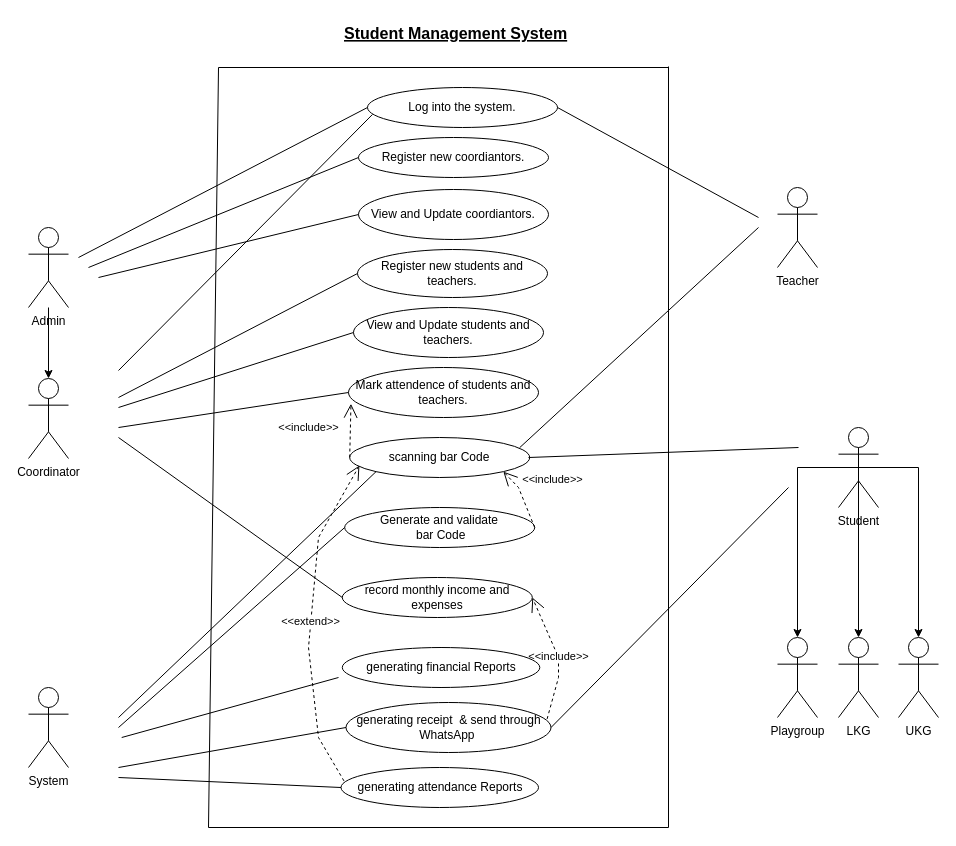
The draw.io diagram UseCase.drawio in Dulara-Akalanka/Group-Software-Project, before the edit. Source tidied: cells renumbered, new cells numbered last; positions are measured from the earlier drawing's top-left corner, leaving out a move shared by most shapes. Both pictures are drawn from the tidied source at 100%, with x=0, y=0 at pixel (28, 17).
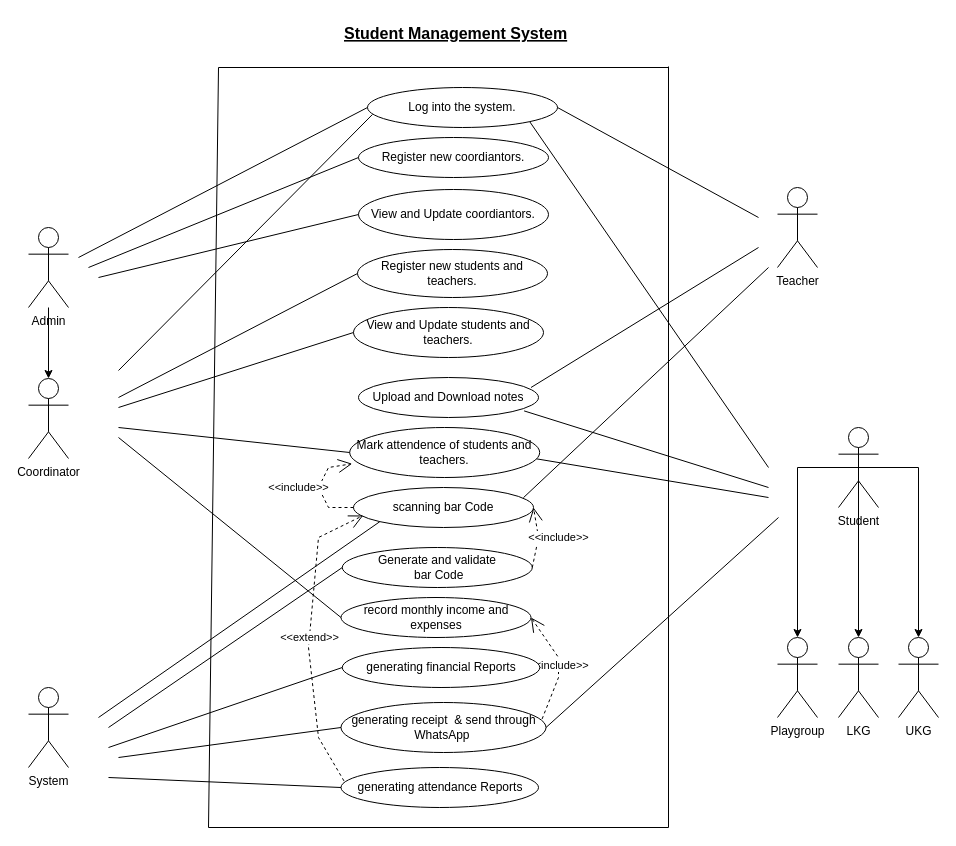
Above is the later version.

Unchanged cells that the change refers to:
```xml
<mxCell id="19" value="Log into the system." style="ellipse;whiteSpace=wrap;html=1;" parent="1" vertex="1">
  <mxGeometry x="339" y="70" width="190" height="40" as="geometry" />
</mxCell>
<mxCell id="35" value="generating attendance Reports" style="ellipse;whiteSpace=wrap;html=1;" parent="1" vertex="1">
  <mxGeometry x="312.5" y="750" width="197.5" height="40" as="geometry" />
</mxCell>
<mxCell id="50" value="generating financial Reports" style="ellipse;whiteSpace=wrap;html=1;" parent="1" vertex="1">
  <mxGeometry x="313.8" y="630" width="197.5" height="40" as="geometry" />
</mxCell>
```

What changed in the source:
```diff
@@
     <mxCell id="3" value="scanning bar Code" style="ellipse;whiteSpace=wrap;html=1;" parent="1" vertex="1">
-      <mxGeometry x="321.2" y="420" width="180" height="40" as="geometry" />
+      <mxGeometry x="325" y="470" width="180" height="40" as="geometry" />
     </mxCell>
     <mxCell id="4" value="Generate and validate&lt;br&gt;&amp;nbsp;bar Code" style="ellipse;whiteSpace=wrap;html=1;" parent="1" vertex="1">
-      <mxGeometry x="316.2" y="490" width="190" height="40" as="geometry" />
+      <mxGeometry x="313.8" y="530" width="190" height="40" as="geometry" />
     </mxCell>
@@
     <mxCell id="6" value="record monthly income and expenses" style="ellipse;whiteSpace=wrap;html=1;" parent="1" vertex="1">
-      <mxGeometry x="313.8" y="560" width="190" height="40" as="geometry" />
+      <mxGeometry x="312.5" y="580" width="190" height="40" as="geometry" />
     </mxCell>
@@
     <mxCell id="9" style="endArrow=none;html=1;rounded=0;entryX=0;entryY=0.5;entryDx=0;entryDy=0;" parent="1" edge="1" target="4">
       <mxGeometry relative="1" as="geometry">
-        <mxPoint x="90" y="710" as="sourcePoint" />
+        <mxPoint x="80" y="710" as="sourcePoint" />
       </mxGeometry>
     </mxCell>
@@
     <mxCell id="11" style="endArrow=none;html=1;rounded=0;" parent="1" edge="1">
       <mxGeometry relative="1" as="geometry">
         <mxPoint x="500" y="440" as="sourcePoint" />
-        <mxPoint x="770" y="430" as="targetPoint" />
+        <mxPoint x="740" y="480" as="targetPoint" />
       </mxGeometry>
     </mxCell>
@@
     <mxCell id="21" value="Mark attendence of students and teachers." style="ellipse;whiteSpace=wrap;html=1;" parent="1" vertex="1">
-      <mxGeometry x="320" y="350" width="190" height="50" as="geometry" />
+      <mxGeometry x="321.2" y="410" width="190" height="50" as="geometry" />
     </mxCell>
@@
     <mxCell id="27" style="endArrow=none;html=1;rounded=0;entryX=0;entryY=1;entryDx=0;entryDy=0;" parent="1" edge="1" target="3">
       <mxGeometry relative="1" as="geometry">
-        <mxPoint x="90" y="700" as="sourcePoint" />
+        <mxPoint x="70" y="700" as="sourcePoint" />
       </mxGeometry>
     </mxCell>
     <mxCell id="28" style="endArrow=none;html=1;rounded=0;exitX=0.944;exitY=0.255;exitDx=0;exitDy=0;exitPerimeter=0;" parent="1" edge="1" source="3">
       <mxGeometry relative="1" as="geometry">
-        <mxPoint x="730" y="210" as="targetPoint" />
+        <mxPoint x="740" y="250" as="targetPoint" />
       </mxGeometry>
     </mxCell>
@@
     <mxCell id="30" value="&amp;lt;&amp;lt;include&amp;gt;&amp;gt;" style="endArrow=open;endSize=12;dashed=1;html=1;rounded=0;entryX=0.013;entryY=0.725;entryDx=0;entryDy=0;entryPerimeter=0;exitX=0;exitY=0.5;exitDx=0;exitDy=0;" parent="1" edge="1" source="3" target="21">
-      <mxGeometry x="0.08" y="42" relative="1" as="geometry" />
+      <mxGeometry x="0.01" y="20" relative="1" as="geometry">
+        <Array as="points">
+          <mxPoint x="300" y="490" />
+          <mxPoint x="290" y="470" />
+          <mxPoint x="300" y="450" />
+        </Array>
+        <mxPoint x="-2" y="9" as="offset" />
+      </mxGeometry>
     </mxCell>
     <mxCell id="31" value="generating receipt&amp;nbsp; &amp;amp; send through WhatsApp&amp;nbsp;" style="ellipse;whiteSpace=wrap;html=1;" parent="1" vertex="1">
-      <mxGeometry x="317.5" y="685" width="205" height="50" as="geometry" />
+      <mxGeometry x="312.5" y="685" width="205" height="50" as="geometry" />
     </mxCell>
     <mxCell id="32" style="endArrow=none;html=1;rounded=0;entryX=0;entryY=0.5;entryDx=0;entryDy=0;" parent="1" edge="1" target="31">
       <mxGeometry relative="1" as="geometry">
-        <mxPoint x="90" y="750" as="sourcePoint" />
+        <mxPoint x="90" y="740" as="sourcePoint" />
       </mxGeometry>
     </mxCell>
     <mxCell id="33" style="endArrow=none;html=1;rounded=0;exitX=1;exitY=0.5;exitDx=0;exitDy=0;" parent="1" edge="1" source="31">
       <mxGeometry relative="1" as="geometry">
-        <mxPoint x="760" y="470" as="targetPoint" />
+        <mxPoint x="750" y="500" as="targetPoint" />
       </mxGeometry>
     </mxCell>
@@
     <mxCell id="36" style="endArrow=none;html=1;rounded=0;entryX=0;entryY=0.5;entryDx=0;entryDy=0;" parent="1" edge="1" target="35">
       <mxGeometry relative="1" as="geometry">
-        <mxPoint x="90" y="760" as="sourcePoint" />
+        <mxPoint x="80" y="760" as="sourcePoint" />
       </mxGeometry>
     </mxCell>
@@
-    <mxCell id="38" value="&amp;lt;&amp;lt;include&amp;gt;&amp;gt;" style="endArrow=open;endSize=12;dashed=1;html=1;rounded=0;exitX=1;exitY=0.5;exitDx=0;exitDy=0;entryX=1;entryY=1;entryDx=0;entryDy=0;" parent="1" edge="1" source="4" target="3">
-      <mxGeometry x="0.16" y="-35" relative="1" as="geometry">
+    <mxCell id="38" value="&amp;lt;&amp;lt;include&amp;gt;&amp;gt;" style="endArrow=open;endSize=12;dashed=1;html=1;rounded=0;exitX=1;exitY=0.5;exitDx=0;exitDy=0;entryX=1;entryY=0.5;entryDx=0;entryDy=0;" parent="1" edge="1" source="4" target="3">
+      <mxGeometry y="-20" relative="1" as="geometry">
         <Array as="points">
-          <mxPoint x="490" y="470" />
+          <mxPoint x="510" y="520" />
         </Array>
+        <mxPoint y="4" as="offset" />
       </mxGeometry>
     </mxCell>
@@
-    <mxCell id="51" style="endArrow=none;html=1;rounded=0;" parent="1" edge="1">
+    <mxCell id="51" style="endArrow=none;html=1;rounded=0;entryX=0;entryY=0.5;entryDx=0;entryDy=0;" parent="1" edge="1" target="50">
       <mxGeometry relative="1" as="geometry">
-        <mxPoint x="93.2" y="720" as="sourcePoint" />
-        <mxPoint x="310" y="660" as="targetPoint" />
+        <mxPoint x="80" y="730" as="sourcePoint" />
       </mxGeometry>
     </mxCell>
+    <mxCell id="52" style="endArrow=none;html=1;rounded=0;entryX=1;entryY=1;entryDx=0;entryDy=0;" parent="1" edge="1" target="19">
+      <mxGeometry relative="1" as="geometry">
+        <mxPoint x="740" y="450" as="sourcePoint" />
+      </mxGeometry>
+    </mxCell>
+    <mxCell id="53" value="Upload and Download notes" style="ellipse;whiteSpace=wrap;html=1;" parent="1" vertex="1">
+      <mxGeometry x="330" y="360" width="180" height="40" as="geometry" />
+    </mxCell>
+    <mxCell id="54" style="endArrow=none;html=1;rounded=0;exitX=0.92;exitY=0.835;exitDx=0;exitDy=0;exitPerimeter=0;" parent="1" edge="1" source="53">
+      <mxGeometry relative="1" as="geometry">
+        <mxPoint x="740" y="470" as="targetPoint" />
+      </mxGeometry>
+    </mxCell>
+    <mxCell id="55" style="endArrow=none;html=1;rounded=0;" parent="1" edge="1">
+      <mxGeometry relative="1" as="geometry">
+        <mxPoint x="502.5" y="370" as="sourcePoint" />
+        <mxPoint x="730" y="230" as="targetPoint" />
+      </mxGeometry>
+    </mxCell>
```
